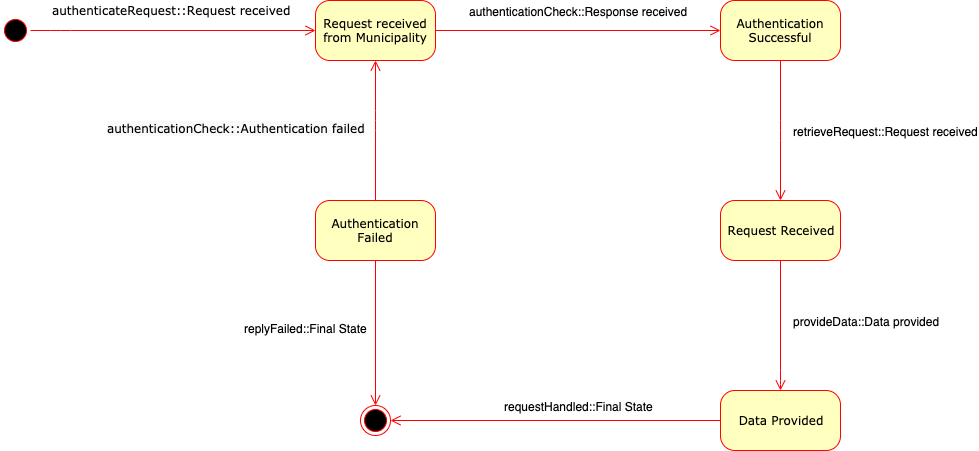
Earlier version of the draw.io export Releases/RASD/img/RequestAPI.png (amecava/safestreets). Source tidied: cells renumbered, new cells last; positions are measured from the earlier drawing's top-left corner, leaving out a move shared by most shapes. Its diagram source:
```xml
<mxGraphModel background="#ffffff">
  <root>
    <mxCell id="0" />
    <mxCell id="1" parent="0" />
    <mxCell id="2" style="ellipse;html=1;shape=startState;fillColor=#000000;strokeColor=#ff0000;rounded=1;shadow=0;comic=0;labelBackgroundColor=none;fontFamily=Verdana;fontSize=12;fontColor=#000000;align=center;direction=south;" parent="1" vertex="1">
      <mxGeometry y="15" width="30" height="30" as="geometry" />
    </mxCell>
    <mxCell id="3" value="Request received from Municipality" style="rounded=1;whiteSpace=wrap;html=1;arcSize=24;fillColor=#ffffc0;strokeColor=#ff0000;shadow=0;comic=0;labelBackgroundColor=none;fontFamily=Verdana;fontSize=12;fontColor=#000000;align=center;" parent="1" vertex="1">
      <mxGeometry x="315" width="120" height="60" as="geometry" />
    </mxCell>
    <mxCell id="4" style="edgeStyle=orthogonalEdgeStyle;html=1;exitX=1;exitY=0.5;labelBackgroundColor=none;endArrow=open;endSize=8;strokeColor=#ff0000;fontFamily=Verdana;fontSize=12;align=left;exitDx=0;exitDy=0;" parent="1" edge="1" source="3" target="6">
      <mxGeometry relative="1" as="geometry" />
    </mxCell>
    <mxCell id="5" value="authenticationCheck::Response received" style="text;html=1;align=center;verticalAlign=middle;labelBackgroundColor=#ffffff;" parent="4" vertex="1">
      <mxGeometry x="0.53" y="75" relative="1" as="geometry">
        <mxPoint x="-76" y="55" as="offset" />
      </mxGeometry>
    </mxCell>
    <mxCell id="6" value="Authentication Successful" style="rounded=1;whiteSpace=wrap;html=1;arcSize=24;fillColor=#ffffc0;strokeColor=#ff0000;shadow=0;comic=0;labelBackgroundColor=none;fontFamily=Verdana;fontSize=12;fontColor=#000000;align=center;" parent="1" vertex="1">
      <mxGeometry x="720" width="120" height="60" as="geometry" />
    </mxCell>
    <mxCell id="7" value="authenticateRequest::Request received" style="edgeStyle=orthogonalEdgeStyle;html=1;labelBackgroundColor=none;endArrow=open;endSize=8;strokeColor=#ff0000;fontFamily=Verdana;fontSize=12;align=left;" parent="1" edge="1" source="2" target="3">
      <mxGeometry x="-0.76" y="25" relative="1" as="geometry">
        <Array as="points">
          <mxPoint x="60" y="30" />
          <mxPoint x="60" y="30" />
        </Array>
        <mxPoint x="-15" y="5" as="offset" />
      </mxGeometry>
    </mxCell>
    <mxCell id="8" style="ellipse;html=1;shape=endState;fillColor=#000000;strokeColor=#ff0000;rounded=1;shadow=0;comic=0;labelBackgroundColor=none;fontFamily=Verdana;fontSize=12;fontColor=#000000;align=center;" parent="1" vertex="1">
      <mxGeometry x="360" y="405" width="30" height="30" as="geometry" />
    </mxCell>
    <mxCell id="9" value="Authentication Failed" style="rounded=1;whiteSpace=wrap;html=1;arcSize=24;fillColor=#ffffc0;strokeColor=#ff0000;shadow=0;comic=0;labelBackgroundColor=none;fontFamily=Verdana;fontSize=12;fontColor=#000000;align=center;" parent="1" vertex="1">
      <mxGeometry x="315" y="200" width="120" height="60" as="geometry" />
    </mxCell>
    <mxCell id="10" style="edgeStyle=orthogonalEdgeStyle;html=1;labelBackgroundColor=none;endArrow=open;endSize=8;strokeColor=#ff0000;fontFamily=Verdana;fontSize=12;align=left;entryX=0.5;entryY=1;entryDx=0;entryDy=0;exitX=0.5;exitY=0;exitDx=0;exitDy=0;" parent="1" edge="1" source="9" target="3">
      <mxGeometry relative="1" as="geometry">
        <Array as="points">
          <mxPoint x="375" y="120" />
          <mxPoint x="375" y="120" />
        </Array>
      </mxGeometry>
    </mxCell>
    <mxCell id="11" value="&lt;span style=&quot;font-family: &amp;#34;verdana&amp;#34; ; text-align: left ; background-color: rgb(248 , 249 , 250)&quot;&gt;authenticationCheck::Authentication failed&lt;/span&gt;" style="text;html=1;align=center;verticalAlign=middle;labelBackgroundColor=#ffffff;" parent="10" vertex="1">
      <mxGeometry x="-0.36" y="13" relative="1" as="geometry">
        <mxPoint x="-127" y="-28" as="offset" />
      </mxGeometry>
    </mxCell>
    <mxCell id="12" value="Request Received" style="rounded=1;whiteSpace=wrap;html=1;arcSize=24;fillColor=#ffffc0;strokeColor=#ff0000;shadow=0;comic=0;labelBackgroundColor=none;fontFamily=Verdana;fontSize=12;fontColor=#000000;align=center;" parent="1" vertex="1">
      <mxGeometry x="720" y="200" width="120" height="60" as="geometry" />
    </mxCell>
    <mxCell id="13" style="edgeStyle=orthogonalEdgeStyle;html=1;labelBackgroundColor=none;endArrow=open;endSize=8;strokeColor=#ff0000;fontFamily=Verdana;fontSize=12;align=left;entryX=0.5;entryY=0;entryDx=0;entryDy=0;" parent="1" edge="1" source="6" target="12">
      <mxGeometry relative="1" as="geometry">
        <Array as="points">
          <mxPoint x="780" y="130" />
          <mxPoint x="780" y="130" />
        </Array>
      </mxGeometry>
    </mxCell>
    <mxCell id="14" value="retrieveRequest::Request received" style="text;html=1;align=center;verticalAlign=middle;labelBackgroundColor=#ffffff;" parent="13" vertex="1">
      <mxGeometry x="-0.36" y="13" relative="1" as="geometry">
        <mxPoint x="92" y="25" as="offset" />
      </mxGeometry>
    </mxCell>
    <mxCell id="15" style="edgeStyle=orthogonalEdgeStyle;html=1;labelBackgroundColor=none;endArrow=open;endSize=8;strokeColor=#ff0000;fontFamily=Verdana;fontSize=12;align=left;entryX=1;entryY=0.5;entryDx=0;entryDy=0;exitX=0;exitY=0.5;exitDx=0;exitDy=0;" parent="1" edge="1" source="17" target="8">
      <mxGeometry relative="1" as="geometry" />
    </mxCell>
    <mxCell id="16" value="requestHandled::Final State" style="text;html=1;align=center;verticalAlign=middle;labelBackgroundColor=#ffffff;" parent="15" vertex="1">
      <mxGeometry x="-0.36" y="13" relative="1" as="geometry">
        <mxPoint x="-36" y="-28" as="offset" />
      </mxGeometry>
    </mxCell>
    <mxCell id="17" value="Data Provided" style="rounded=1;whiteSpace=wrap;html=1;arcSize=24;fillColor=#ffffc0;strokeColor=#ff0000;shadow=0;comic=0;labelBackgroundColor=none;fontFamily=Verdana;fontSize=12;fontColor=#000000;align=center;" parent="1" vertex="1">
      <mxGeometry x="720" y="390" width="120" height="60" as="geometry" />
    </mxCell>
    <mxCell id="18" style="edgeStyle=orthogonalEdgeStyle;html=1;labelBackgroundColor=none;endArrow=open;endSize=8;strokeColor=#ff0000;fontFamily=Verdana;fontSize=12;align=left;entryX=0.5;entryY=0;entryDx=0;entryDy=0;exitX=0.5;exitY=1;exitDx=0;exitDy=0;" parent="1" edge="1" source="12" target="17">
      <mxGeometry relative="1" as="geometry">
        <Array as="points">
          <mxPoint x="780" y="380" />
          <mxPoint x="780" y="380" />
        </Array>
      </mxGeometry>
    </mxCell>
    <mxCell id="19" value="provideData::Data provided" style="text;html=1;align=center;verticalAlign=middle;labelBackgroundColor=#ffffff;" parent="18" vertex="1">
      <mxGeometry x="-0.36" y="13" relative="1" as="geometry">
        <mxPoint x="72" y="18" as="offset" />
      </mxGeometry>
    </mxCell>
    <mxCell id="20" style="edgeStyle=orthogonalEdgeStyle;html=1;labelBackgroundColor=none;endArrow=open;endSize=8;strokeColor=#ff0000;fontFamily=Verdana;fontSize=12;align=left;entryX=0.5;entryY=0;entryDx=0;entryDy=0;exitX=0.5;exitY=1;exitDx=0;exitDy=0;" parent="1" edge="1" source="9" target="8">
      <mxGeometry relative="1" as="geometry" />
    </mxCell>
    <mxCell id="21" value="replyFailed::Final State" style="text;html=1;align=center;verticalAlign=middle;labelBackgroundColor=#ffffff;" parent="20" vertex="1">
      <mxGeometry x="-0.36" y="13" relative="1" as="geometry">
        <mxPoint x="-83" y="20" as="offset" />
      </mxGeometry>
    </mxCell>
  </root>
</mxGraphModel>
```
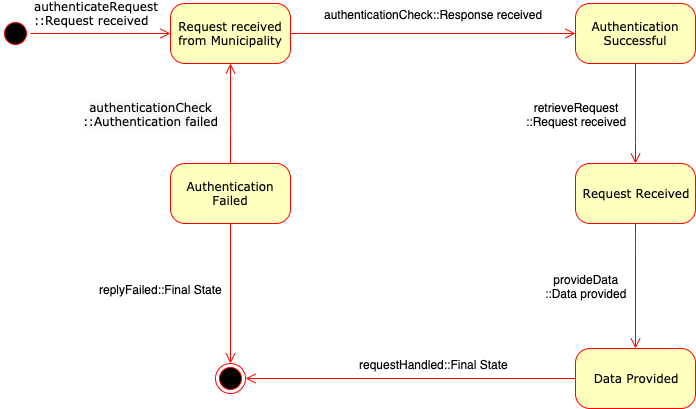
The same diagram one commit later.

The edit, as a diff of the source:
```diff
@@ -3,7 +3,7 @@
     <mxCell id="0" />
     <mxCell id="1" parent="0" />
     <mxCell id="2" style="ellipse;html=1;shape=startState;fillColor=#000000;strokeColor=#ff0000;rounded=1;shadow=0;comic=0;labelBackgroundColor=none;fontFamily=Verdana;fontSize=12;fontColor=#000000;align=center;direction=south;" parent="1" vertex="1">
-      <mxGeometry y="15" width="30" height="30" as="geometry" />
+      <mxGeometry x="145" y="15" width="30" height="30" as="geometry" />
     </mxCell>
     <mxCell id="3" value="Request received from Municipality" style="rounded=1;whiteSpace=wrap;html=1;arcSize=24;fillColor=#ffffc0;strokeColor=#ff0000;shadow=0;comic=0;labelBackgroundColor=none;fontFamily=Verdana;fontSize=12;fontColor=#000000;align=center;" parent="1" vertex="1">
       <mxGeometry x="315" width="120" height="60" as="geometry" />
@@ -19,20 +19,16 @@
     <mxCell id="6" value="Authentication Successful" style="rounded=1;whiteSpace=wrap;html=1;arcSize=24;fillColor=#ffffc0;strokeColor=#ff0000;shadow=0;comic=0;labelBackgroundColor=none;fontFamily=Verdana;fontSize=12;fontColor=#000000;align=center;" parent="1" vertex="1">
       <mxGeometry x="720" width="120" height="60" as="geometry" />
     </mxCell>
-    <mxCell id="7" value="authenticateRequest::Request received" style="edgeStyle=orthogonalEdgeStyle;html=1;labelBackgroundColor=none;endArrow=open;endSize=8;strokeColor=#ff0000;fontFamily=Verdana;fontSize=12;align=left;" parent="1" edge="1" source="2" target="3">
+    <mxCell id="7" value="authenticateRequest&lt;br&gt;::Request received" style="edgeStyle=orthogonalEdgeStyle;html=1;labelBackgroundColor=none;endArrow=open;endSize=8;strokeColor=#ff0000;fontFamily=Verdana;fontSize=12;align=left;" parent="1" edge="1" source="2" target="3">
       <mxGeometry x="-0.76" y="25" relative="1" as="geometry">
-        <Array as="points">
-          <mxPoint x="60" y="30" />
-          <mxPoint x="60" y="30" />
-        </Array>
         <mxPoint x="-15" y="5" as="offset" />
       </mxGeometry>
     </mxCell>
     <mxCell id="8" style="ellipse;html=1;shape=endState;fillColor=#000000;strokeColor=#ff0000;rounded=1;shadow=0;comic=0;labelBackgroundColor=none;fontFamily=Verdana;fontSize=12;fontColor=#000000;align=center;" parent="1" vertex="1">
-      <mxGeometry x="360" y="405" width="30" height="30" as="geometry" />
+      <mxGeometry x="360" y="360" width="30" height="30" as="geometry" />
     </mxCell>
     <mxCell id="9" value="Authentication Failed" style="rounded=1;whiteSpace=wrap;html=1;arcSize=24;fillColor=#ffffc0;strokeColor=#ff0000;shadow=0;comic=0;labelBackgroundColor=none;fontFamily=Verdana;fontSize=12;fontColor=#000000;align=center;" parent="1" vertex="1">
-      <mxGeometry x="315" y="200" width="120" height="60" as="geometry" />
+      <mxGeometry x="315" y="160" width="120" height="60" as="geometry" />
     </mxCell>
     <mxCell id="10" style="edgeStyle=orthogonalEdgeStyle;html=1;labelBackgroundColor=none;endArrow=open;endSize=8;strokeColor=#ff0000;fontFamily=Verdana;fontSize=12;align=left;entryX=0.5;entryY=1;entryDx=0;entryDy=0;exitX=0.5;exitY=0;exitDx=0;exitDy=0;" parent="1" edge="1" source="9" target="3">
       <mxGeometry relative="1" as="geometry">
@@ -42,13 +38,13 @@
         </Array>
       </mxGeometry>
     </mxCell>
-    <mxCell id="11" value="&lt;span style=&quot;font-family: &amp;#34;verdana&amp;#34; ; text-align: left ; background-color: rgb(248 , 249 , 250)&quot;&gt;authenticationCheck::Authentication failed&lt;/span&gt;" style="text;html=1;align=center;verticalAlign=middle;labelBackgroundColor=#ffffff;" parent="10" vertex="1">
+    <mxCell id="11" value="&lt;span style=&quot;font-family: &amp;#34;verdana&amp;#34; ; text-align: left ; background-color: rgb(248 , 249 , 250)&quot;&gt;authenticationCheck&lt;br&gt;::Authentication failed&lt;/span&gt;" style="text;html=1;align=center;verticalAlign=middle;labelBackgroundColor=#ffffff;" parent="10" vertex="1">
       <mxGeometry x="-0.36" y="13" relative="1" as="geometry">
-        <mxPoint x="-127" y="-28" as="offset" />
+        <mxPoint x="-67" y="-18" as="offset" />
       </mxGeometry>
     </mxCell>
     <mxCell id="12" value="Request Received" style="rounded=1;whiteSpace=wrap;html=1;arcSize=24;fillColor=#ffffc0;strokeColor=#ff0000;shadow=0;comic=0;labelBackgroundColor=none;fontFamily=Verdana;fontSize=12;fontColor=#000000;align=center;" parent="1" vertex="1">
-      <mxGeometry x="720" y="200" width="120" height="60" as="geometry" />
+      <mxGeometry x="720" y="160" width="120" height="60" as="geometry" />
     </mxCell>
     <mxCell id="13" style="edgeStyle=orthogonalEdgeStyle;html=1;labelBackgroundColor=none;endArrow=open;endSize=8;strokeColor=#ff0000;fontFamily=Verdana;fontSize=12;align=left;entryX=0.5;entryY=0;entryDx=0;entryDy=0;" parent="1" edge="1" source="6" target="12">
       <mxGeometry relative="1" as="geometry">
@@ -58,9 +54,9 @@
         </Array>
       </mxGeometry>
     </mxCell>
-    <mxCell id="14" value="retrieveRequest::Request received" style="text;html=1;align=center;verticalAlign=middle;labelBackgroundColor=#ffffff;" parent="13" vertex="1">
+    <mxCell id="14" value="retrieveRequest&lt;br&gt;::Request received" style="text;html=1;align=center;verticalAlign=middle;labelBackgroundColor=#ffffff;" parent="13" vertex="1">
       <mxGeometry x="-0.36" y="13" relative="1" as="geometry">
-        <mxPoint x="92" y="25" as="offset" />
+        <mxPoint x="-73" y="18" as="offset" />
       </mxGeometry>
     </mxCell>
     <mxCell id="15" style="edgeStyle=orthogonalEdgeStyle;html=1;labelBackgroundColor=none;endArrow=open;endSize=8;strokeColor=#ff0000;fontFamily=Verdana;fontSize=12;align=left;entryX=1;entryY=0.5;entryDx=0;entryDy=0;exitX=0;exitY=0.5;exitDx=0;exitDy=0;" parent="1" edge="1" source="17" target="8">
@@ -72,19 +68,19 @@
       </mxGeometry>
     </mxCell>
     <mxCell id="17" value="Data Provided" style="rounded=1;whiteSpace=wrap;html=1;arcSize=24;fillColor=#ffffc0;strokeColor=#ff0000;shadow=0;comic=0;labelBackgroundColor=none;fontFamily=Verdana;fontSize=12;fontColor=#000000;align=center;" parent="1" vertex="1">
-      <mxGeometry x="720" y="390" width="120" height="60" as="geometry" />
+      <mxGeometry x="720" y="345" width="120" height="60" as="geometry" />
     </mxCell>
-    <mxCell id="18" style="edgeStyle=orthogonalEdgeStyle;html=1;labelBackgroundColor=none;endArrow=open;endSize=8;strokeColor=#ff0000;fontFamily=Verdana;fontSize=12;align=left;entryX=0.5;entryY=0;entryDx=0;entryDy=0;exitX=0.5;exitY=1;exitDx=0;exitDy=0;" parent="1" edge="1" source="12" target="17">
+    <mxCell id="18" style="edgeStyle=orthogonalEdgeStyle;html=1;labelBackgroundColor=none;endArrow=open;endSize=8;strokeColor=#ff0000;fontFamily=Verdana;fontSize=12;align=left;exitX=0.5;exitY=1;exitDx=0;exitDy=0;entryX=0.5;entryY=0;entryDx=0;entryDy=0;" parent="1" edge="1" source="12" target="17">
       <mxGeometry relative="1" as="geometry">
         <Array as="points">
-          <mxPoint x="780" y="380" />
-          <mxPoint x="780" y="380" />
+          <mxPoint x="780" y="240" />
+          <mxPoint x="780" y="240" />
         </Array>
       </mxGeometry>
     </mxCell>
-    <mxCell id="19" value="provideData::Data provided" style="text;html=1;align=center;verticalAlign=middle;labelBackgroundColor=#ffffff;" parent="18" vertex="1">
+    <mxCell id="19" value="provideData&lt;br&gt;::Data provided" style="text;html=1;align=center;verticalAlign=middle;labelBackgroundColor=#ffffff;" parent="18" vertex="1">
       <mxGeometry x="-0.36" y="13" relative="1" as="geometry">
-        <mxPoint x="72" y="18" as="offset" />
+        <mxPoint x="-63" y="22.5" as="offset" />
       </mxGeometry>
     </mxCell>
     <mxCell id="20" style="edgeStyle=orthogonalEdgeStyle;html=1;labelBackgroundColor=none;endArrow=open;endSize=8;strokeColor=#ff0000;fontFamily=Verdana;fontSize=12;align=left;entryX=0.5;entryY=0;entryDx=0;entryDy=0;exitX=0.5;exitY=1;exitDx=0;exitDy=0;" parent="1" edge="1" source="9" target="8">
```
